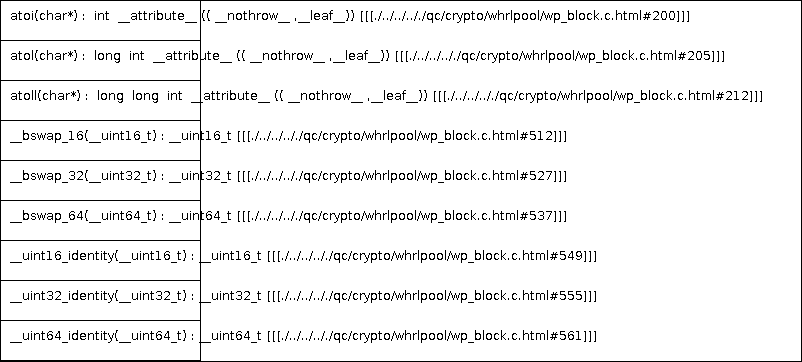
Before: docs/qc/crypto/whrlpool/wp_block.c.png, a diagram exported from PlantUML (qualitesys/openssl). Its source is kept beside it as docs/qc/crypto/whrlpool/wp_block.c.puml. The source it was exported from:
```plantuml
@startuml
!pragma layout smetana
class dummy {
atoi(char*) :  int  __attribute__ (( __nothrow__ ,__leaf__)) [[[./../../.././qc/crypto/whrlpool/wp_block.c.html#200]]]
atol(char*) :  long  int  __attribute__ (( __nothrow__ ,__leaf__)) [[[./../../.././qc/crypto/whrlpool/wp_block.c.html#205]]]
atoll(char*) :  long  long  int  __attribute__ (( __nothrow__ ,__leaf__)) [[[./../../.././qc/crypto/whrlpool/wp_block.c.html#212]]]
__bswap_16(__uint16_t) : __uint16_t [[[./../../.././qc/crypto/whrlpool/wp_block.c.html#512]]]
__bswap_32(__uint32_t) : __uint32_t [[[./../../.././qc/crypto/whrlpool/wp_block.c.html#527]]]
__bswap_64(__uint64_t) : __uint64_t [[[./../../.././qc/crypto/whrlpool/wp_block.c.html#537]]]
__uint16_identity(__uint16_t) : __uint16_t [[[./../../.././qc/crypto/whrlpool/wp_block.c.html#549]]]
__uint32_identity(__uint32_t) : __uint32_t [[[./../../.././qc/crypto/whrlpool/wp_block.c.html#555]]]
__uint64_identity(__uint64_t) : __uint64_t [[[./../../.././qc/crypto/whrlpool/wp_block.c.html#561]]]
}
@enduml
```
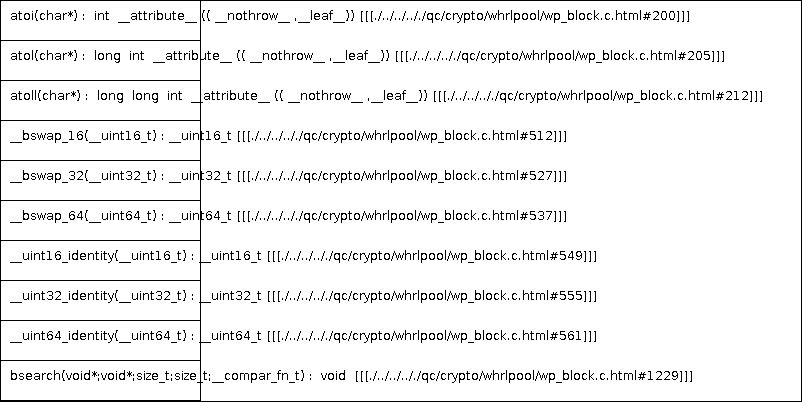
Above is the later version.

The edit, as a diff of the source:
```diff
@@ -10,5 +10,6 @@
 __uint16_identity(__uint16_t) : __uint16_t [[[./../../.././qc/crypto/whrlpool/wp_block.c.html#549]]]
 __uint32_identity(__uint32_t) : __uint32_t [[[./../../.././qc/crypto/whrlpool/wp_block.c.html#555]]]
 __uint64_identity(__uint64_t) : __uint64_t [[[./../../.././qc/crypto/whrlpool/wp_block.c.html#561]]]
+bsearch(void*;void*;size_t;size_t;__compar_fn_t) :  void  [[[./../../.././qc/crypto/whrlpool/wp_block.c.html#1229]]]
 }
 @enduml
```
